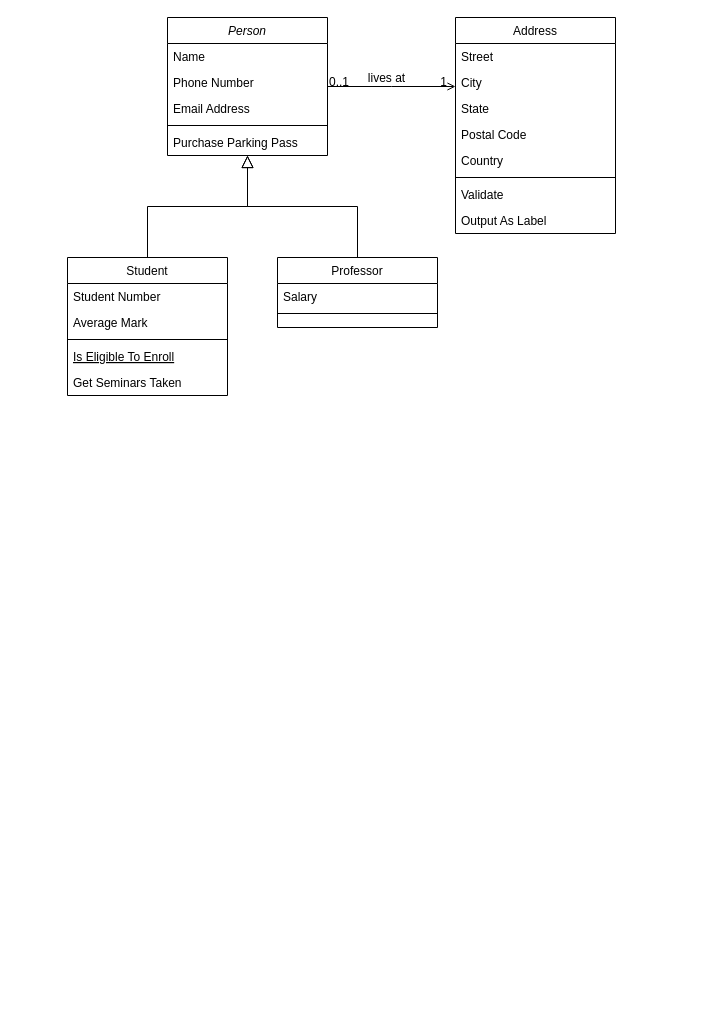
The draw.io diagram POO2/GerencimentoVendas/Diagrama sem nome.drawio in WWAraujo/ADA, before the edit. Source tidied: cells renumbered, new cells numbered last; positions are measured from the earlier drawing's top-left corner, leaving out a move shared by most shapes. Both pictures are drawn from the tidied source at 100%, with x=0, y=0 at pixel (67, 17).
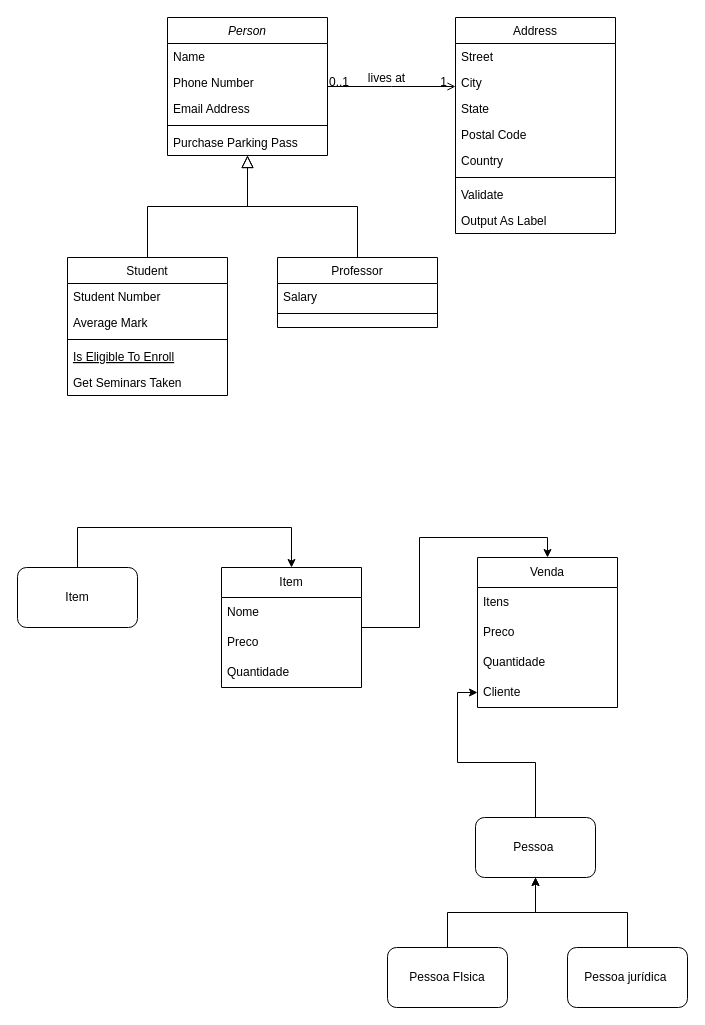
The same page after the edit.

What changed in the source:
```diff
@@
+    <mxCell id="32" style="edgeStyle=orthogonalEdgeStyle;rounded=0;jettySize=auto;html=1;entryX=0.5;entryY=0;entryDx=0;entryDy=0;" parent="1" edge="1" source="33" target="39">
+      <mxGeometry relative="1" as="geometry" />
+    </mxCell>
+    <mxCell id="33" value="Item" style="swimlane;fontStyle=0;horizontal=1;startSize=30;whiteSpace=wrap;html=1;" parent="1" vertex="1">
+      <mxGeometry x="154" y="550" width="140" height="120" as="geometry" />
+    </mxCell>
+    <mxCell id="34" value="Nome" style="text;strokeColor=none;fillColor=none;align=left;verticalAlign=middle;spacingLeft=4;spacingRight=4;overflow=hidden;whiteSpace=wrap;html=1;" parent="33" vertex="1">
+      <mxGeometry y="30" width="140" height="30" as="geometry" />
+    </mxCell>
+    <mxCell id="35" value="Preco" style="text;strokeColor=none;fillColor=none;align=left;verticalAlign=middle;spacingLeft=4;spacingRight=4;overflow=hidden;whiteSpace=wrap;html=1;" parent="33" vertex="1">
+      <mxGeometry y="60" width="140" height="30" as="geometry" />
+    </mxCell>
+    <mxCell id="36" value="Quantidade" style="text;strokeColor=none;fillColor=none;align=left;verticalAlign=middle;spacingLeft=4;spacingRight=4;overflow=hidden;whiteSpace=wrap;html=1;" parent="33" vertex="1">
+      <mxGeometry y="90" width="140" height="30" as="geometry" />
+    </mxCell>
+    <mxCell id="37" style="edgeStyle=orthogonalEdgeStyle;rounded=0;jettySize=auto;html=1;entryX=0.5;entryY=0;entryDx=0;entryDy=0;" parent="1" edge="1" source="38" target="33">
+      <mxGeometry relative="1" as="geometry">
+        <Array as="points">
+          <mxPoint x="10" y="510" />
+          <mxPoint x="224" y="510" />
+        </Array>
+      </mxGeometry>
+    </mxCell>
+    <mxCell id="38" value="Item" style="rounded=1;whiteSpace=wrap;html=1;" parent="1" vertex="1">
+      <mxGeometry x="-50" y="550" width="120" height="60" as="geometry" />
+    </mxCell>
+    <mxCell id="39" value="Venda" style="swimlane;fontStyle=0;horizontal=1;startSize=30;whiteSpace=wrap;html=1;" parent="1" vertex="1">
+      <mxGeometry x="410" y="540" width="140" height="150" as="geometry" />
+    </mxCell>
+    <mxCell id="40" value="Itens" style="text;strokeColor=none;fillColor=none;align=left;verticalAlign=middle;spacingLeft=4;spacingRight=4;overflow=hidden;whiteSpace=wrap;html=1;" parent="39" vertex="1">
+      <mxGeometry y="30" width="140" height="30" as="geometry" />
+    </mxCell>
+    <mxCell id="41" value="Preco" style="text;strokeColor=none;fillColor=none;align=left;verticalAlign=middle;spacingLeft=4;spacingRight=4;overflow=hidden;whiteSpace=wrap;html=1;" parent="39" vertex="1">
+      <mxGeometry y="60" width="140" height="30" as="geometry" />
+    </mxCell>
+    <mxCell id="42" value="Quantidade" style="text;strokeColor=none;fillColor=none;align=left;verticalAlign=middle;spacingLeft=4;spacingRight=4;overflow=hidden;whiteSpace=wrap;html=1;" parent="39" vertex="1">
+      <mxGeometry y="90" width="140" height="30" as="geometry" />
+    </mxCell>
+    <mxCell id="43" value="Cliente" style="text;strokeColor=none;fillColor=none;align=left;verticalAlign=middle;spacingLeft=4;spacingRight=4;overflow=hidden;points=[[0,0.5],[1,0.5]];portConstraint=eastwest;whiteSpace=wrap;html=1;" parent="39" vertex="1">
+      <mxGeometry y="120" width="140" height="30" as="geometry" />
+    </mxCell>
+    <mxCell id="44" style="edgeStyle=orthogonalEdgeStyle;rounded=0;jettySize=auto;html=1;" parent="1" edge="1" source="45" target="43">
+      <mxGeometry relative="1" as="geometry" />
+    </mxCell>
+    <mxCell id="45" value="Pessoa&amp;nbsp;" style="rounded=1;whiteSpace=wrap;html=1;" parent="1" vertex="1">
+      <mxGeometry x="408" y="800" width="120" height="60" as="geometry" />
+    </mxCell>
+    <mxCell id="46" style="edgeStyle=orthogonalEdgeStyle;rounded=0;jettySize=auto;html=1;" parent="1" edge="1" source="47" target="45">
+      <mxGeometry relative="1" as="geometry" />
+    </mxCell>
+    <mxCell id="47" value="Pessoa FIsica" style="rounded=1;whiteSpace=wrap;html=1;" parent="1" vertex="1">
+      <mxGeometry x="320" y="930" width="120" height="60" as="geometry" />
+    </mxCell>
+    <mxCell id="48" style="edgeStyle=orthogonalEdgeStyle;rounded=0;jettySize=auto;html=1;" parent="1" edge="1" source="49" target="45">
+      <mxGeometry relative="1" as="geometry" />
+    </mxCell>
+    <mxCell id="49" value="Pessoa jurídica&amp;nbsp;" style="rounded=1;whiteSpace=wrap;html=1;" parent="1" vertex="1">
+      <mxGeometry x="500" y="930" width="120" height="60" as="geometry" />
+    </mxCell>
```
